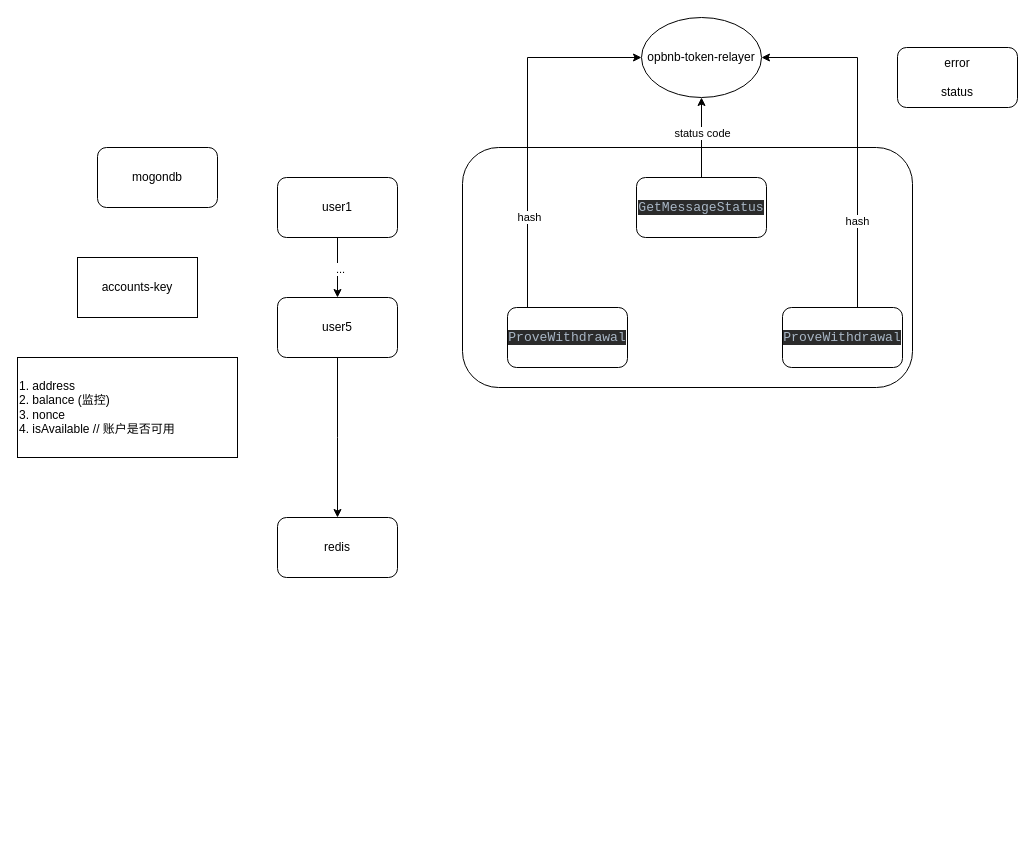
The draw.io diagram zkbridge-op-sdk.drawio in chixiaowen/drawio, before the edit. Source tidied: cells renumbered, new cells numbered last; positions are measured from the earlier drawing's top-left corner, leaving out a move shared by most shapes. Both pictures are drawn from the tidied source at 100%, with x=0, y=0 at pixel (17, 17).
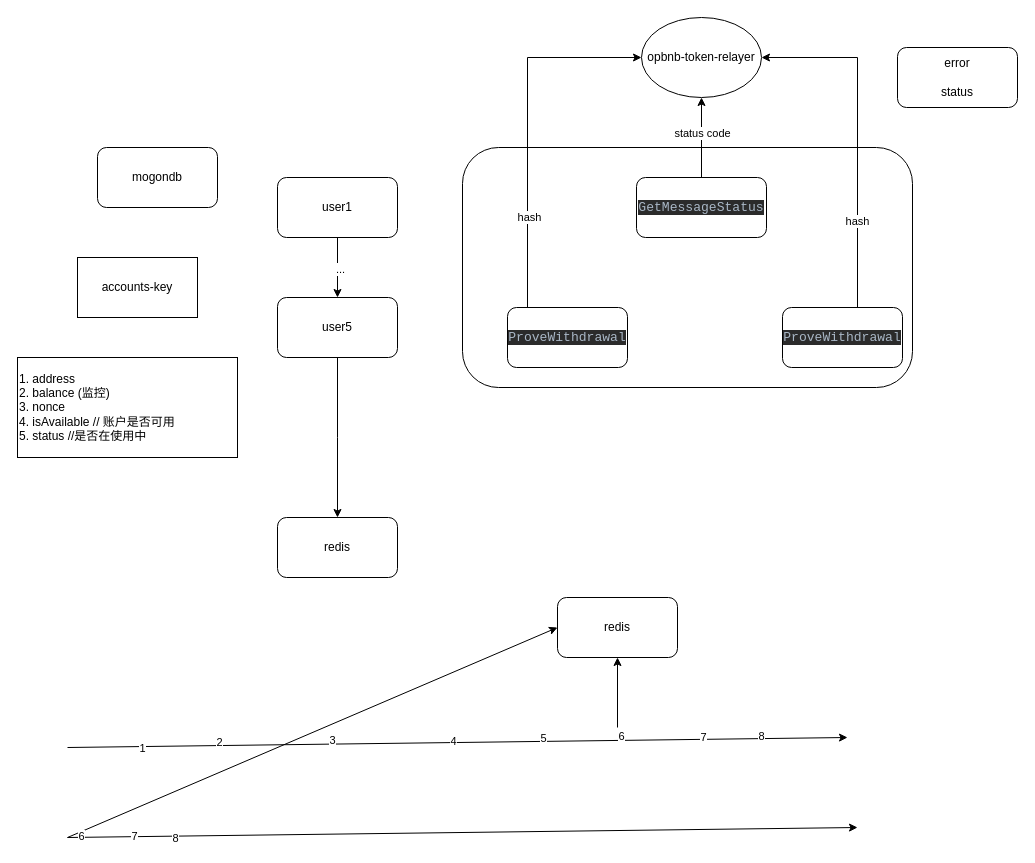
After the change.

Change to the diagram source:
```diff
@@
-    <mxCell id="20" value="1. address&amp;nbsp;&lt;br&gt;2. balance (监控)&lt;br&gt;3. nonce&lt;br&gt;4. isAvailable // 账户是否可用" style="whiteSpace=wrap;html=1;align=left;" parent="1" vertex="1">
+    <mxCell id="20" value="1. address&amp;nbsp;&lt;br&gt;2. balance (监控)&lt;br&gt;3. nonce&lt;br&gt;4. isAvailable // 账户是否可用&lt;br&gt;5. status //是否在使用中" style="whiteSpace=wrap;html=1;align=left;" parent="1" vertex="1">
       <mxGeometry y="340" width="220" height="100" as="geometry" />
     </mxCell>
@@
+    <mxCell id="23" style="endArrow=classic;html=1;rounded=0;" parent="1" edge="1">
+      <mxGeometry relative="1" as="geometry">
+        <mxPoint x="50" y="730" as="sourcePoint" />
+        <mxPoint x="830" y="720" as="targetPoint" />
+      </mxGeometry>
+    </mxCell>
+    <mxCell id="24" value="1" style="edgeLabel;html=1;align=center;verticalAlign=middle;" parent="23" vertex="1">
+      <mxGeometry x="-0.81" y="-1" relative="1" as="geometry" />
+    </mxCell>
+    <mxCell id="25" value="2" style="edgeLabel;html=1;align=center;verticalAlign=middle;" parent="23" vertex="1">
+      <mxGeometry x="-0.61" y="4" relative="1" as="geometry" />
+    </mxCell>
+    <mxCell id="26" value="3" style="edgeLabel;html=1;align=center;verticalAlign=middle;" parent="23" vertex="1">
+      <mxGeometry x="-0.32" y="4" relative="1" as="geometry" />
+    </mxCell>
+    <mxCell id="27" value="4" style="edgeLabel;html=1;align=center;verticalAlign=middle;" parent="23" vertex="1">
+      <mxGeometry x="-0.01" y="2" relative="1" as="geometry" />
+    </mxCell>
+    <mxCell id="28" value="5" style="edgeLabel;html=1;align=center;verticalAlign=middle;" parent="23" vertex="1">
+      <mxGeometry x="0.22" y="3" relative="1" as="geometry" />
+    </mxCell>
+    <mxCell id="29" value="6" style="edgeLabel;html=1;align=center;verticalAlign=middle;" parent="23" vertex="1">
+      <mxGeometry x="0.42" y="4" relative="1" as="geometry" />
+    </mxCell>
+    <mxCell id="30" value="7" style="edgeLabel;html=1;align=center;verticalAlign=middle;" parent="23" vertex="1">
+      <mxGeometry x="0.63" y="2" relative="1" as="geometry" />
+    </mxCell>
+    <mxCell id="31" value="8" style="edgeLabel;html=1;align=center;verticalAlign=middle;" parent="23" vertex="1">
+      <mxGeometry x="0.78" y="3" relative="1" as="geometry" />
+    </mxCell>
+    <mxCell id="32" style="endArrow=classic;html=1;rounded=0;" parent="1" edge="1">
+      <mxGeometry relative="1" as="geometry">
+        <mxPoint x="50" y="820" as="sourcePoint" />
+        <mxPoint x="840" y="810" as="targetPoint" />
+      </mxGeometry>
+    </mxCell>
+    <mxCell id="33" value="7" style="edgeLabel;html=1;align=center;verticalAlign=middle;" parent="32" vertex="1">
+      <mxGeometry x="-0.83" y="1" relative="1" as="geometry" />
+    </mxCell>
+    <mxCell id="34" value="8" style="edgeLabel;html=1;align=center;verticalAlign=middle;" parent="32" vertex="1">
+      <mxGeometry x="-0.73" y="-2" relative="1" as="geometry" />
+    </mxCell>
+    <mxCell id="35" value="redis" style="rounded=1;whiteSpace=wrap;html=1;" parent="1" vertex="1">
+      <mxGeometry x="540" y="580" width="120" height="60" as="geometry" />
+    </mxCell>
+    <mxCell id="36" style="endArrow=classic;html=1;rounded=0;" parent="1" edge="1">
+      <mxGeometry relative="1" as="geometry">
+        <mxPoint x="600" y="710" as="sourcePoint" />
+        <mxPoint x="600" y="640" as="targetPoint" />
+      </mxGeometry>
+    </mxCell>
+    <mxCell id="37" style="endArrow=classic;html=1;rounded=0;entryX=0;entryY=0.5;entryDx=0;entryDy=0;" parent="1" edge="1" target="35">
+      <mxGeometry relative="1" as="geometry">
+        <mxPoint x="50" y="820" as="sourcePoint" />
+      </mxGeometry>
+    </mxCell>
+    <mxCell id="38" value="6" style="edgeLabel;html=1;align=center;verticalAlign=middle;" parent="37" vertex="1">
+      <mxGeometry x="-0.95" y="-4" relative="1" as="geometry" />
+    </mxCell>
```
